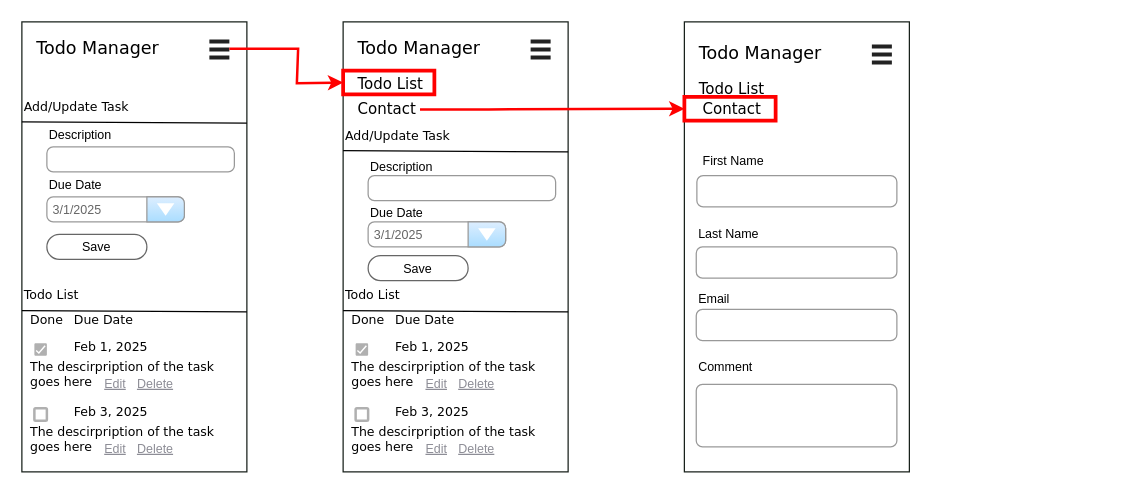
Before: page "Mobile" (3 of 3) of design-documents/Wireframes.drawio in Silverbelly/SE-Bootcamp-Project3, a draw.io diagram. Source tidied: cells renumbered, new cells numbered last; positions are measured from the earlier drawing's top-left corner, leaving out a move shared by most shapes. Both pictures are drawn from the tidied source at 125%, with x=0, y=0 at pixel (21, 21).
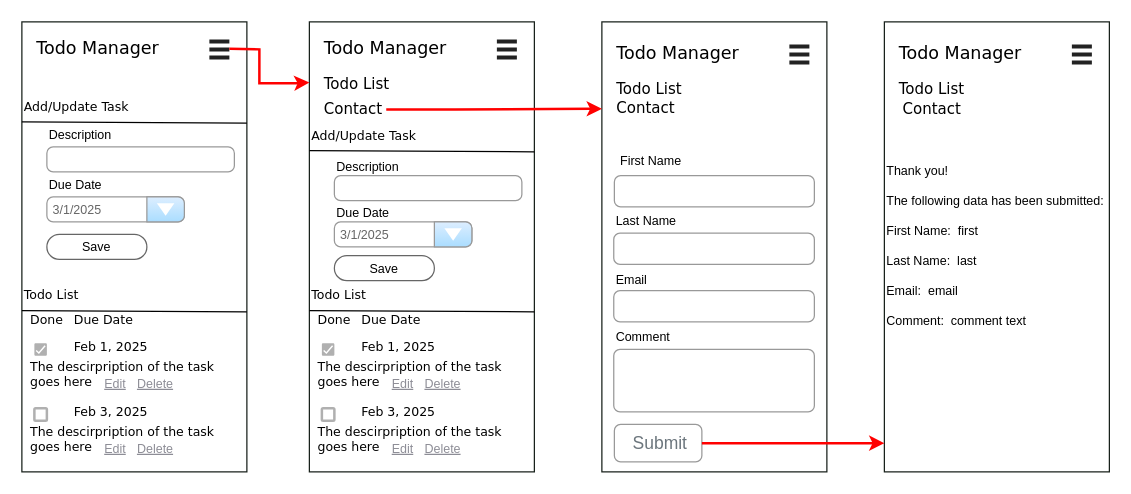
After the change.

What changed in the source:
```diff
@@
     <mxCell id="2" style="verticalLabelPosition=bottom;verticalAlign=top;html=1;shadow=0;dashed=0;strokeWidth=1;shape=mxgraph.ios.iBgFlat;strokeColor=#18211b;" parent="1" vertex="1">
-      <mxGeometry x="530" width="180" height="360" as="geometry" />
+      <mxGeometry x="464" width="180" height="360" as="geometry" />
     </mxCell>
     <mxCell id="3" value="Todo List" style="text;html=1;align=left;verticalAlign=top;spacingTop=-4;fontSize=12;fontFamily=Verdana;" parent="1" vertex="1">
-      <mxGeometry x="540" y="44" width="60" height="20" as="geometry" />
+      <mxGeometry x="474" y="44" width="60" height="20" as="geometry" />
     </mxCell>
     <mxCell id="4" style="verticalLabelPosition=bottom;verticalAlign=top;html=1;shadow=0;dashed=0;strokeWidth=1;shape=mxgraph.ios.iBgFlat;strokeColor=#18211b;" parent="1" vertex="1">
-      <mxGeometry x="257" width="180" height="360" as="geometry" />
+      <mxGeometry x="230" width="180" height="360" as="geometry" />
     </mxCell>
@@
-    <mxCell id="29" style="rounded=0;whiteSpace=wrap;html=1;strokeColor=light-dark(#ff0000, #ededed);fillColor=none;strokeWidth=3;" parent="1" vertex="1">
-      <mxGeometry x="257" y="39" width="73" height="19" as="geometry" />
-    </mxCell>
     <mxCell id="30" value="Todo List" style="text;html=1;align=left;verticalAlign=top;spacingTop=-4;fontSize=12;fontFamily=Verdana;" parent="1" vertex="1">
-      <mxGeometry x="267" y="40" width="60" height="20" as="geometry" />
+      <mxGeometry x="240" y="40" width="60" height="20" as="geometry" />
     </mxCell>
-    <mxCell id="31" style="endArrow=classic;html=1;rounded=0;strokeColor=#ff0000;strokeWidth=2;exitX=1;exitY=0.5;exitDx=0;exitDy=0;entryX=0;entryY=0.5;entryDx=0;entryDy=0;" parent="1" edge="1" target="29">
+    <mxCell id="31" style="endArrow=classic;html=1;rounded=0;strokeColor=#ff0000;strokeWidth=2;exitX=1;exitY=0.5;exitDx=0;exitDy=0;entryX=0;entryY=0.5;entryDx=0;entryDy=0;" parent="1" edge="1">
       <mxGeometry relative="1" as="geometry">
         <mxPoint x="166" y="21.5" as="sourcePoint" />
+        <mxPoint x="230" y="48.5" as="targetPoint" />
         <Array as="points">
-          <mxPoint x="221" y="21.5" />
+          <mxPoint x="190" y="22" />
+          <mxPoint x="190" y="49" />
           <mxPoint x="220" y="49" />
         </Array>
       </mxGeometry>
     </mxCell>
     <mxCell id="32" value="Todo Manager" style="text;html=1;align=left;verticalAlign=top;spacingTop=-4;fontSize=14;fontFamily=Verdana;" parent="1" vertex="1">
-      <mxGeometry x="267" y="10" width="110" height="20" as="geometry" />
+      <mxGeometry x="240" y="10" width="110" height="20" as="geometry" />
     </mxCell>
     <mxCell id="33" style="html=1;verticalLabelPosition=bottom;labelBackgroundColor=#ffffff;verticalAlign=top;shadow=0;dashed=0;strokeWidth=2;shape=mxgraph.ios7.misc.options;fillColor=#222222;sketch=0;" parent="1" vertex="1">
-      <mxGeometry x="407" y="14" width="16" height="16" as="geometry" />
+      <mxGeometry x="380" y="14" width="16" height="16" as="geometry" />
     </mxCell>
     <mxCell id="34" value="Add/Update Task" style="text;html=1;align=left;verticalAlign=top;spacingTop=-4;fontSize=10;fontFamily=Verdana;" parent="1" vertex="1">
-      <mxGeometry x="257" y="83" width="170" height="25" as="geometry" />
+      <mxGeometry x="230" y="83" width="170" height="25" as="geometry" />
     </mxCell>
     <mxCell id="35" style="html=1;shadow=0;dashed=0;shape=mxgraph.bootstrap.rrect;rSize=5;fillColor=none;strokeColor=#999999;align=left;spacing=15;fontSize=10;fontColor=#6C767D;" parent="1" vertex="1">
-      <mxGeometry x="277" y="123" width="150" height="20" as="geometry" />
+      <mxGeometry x="250" y="123" width="150" height="20" as="geometry" />
     </mxCell>
     <mxCell id="36" value="Save" style="strokeWidth=1;shadow=0;dashed=0;align=center;html=1;shape=mxgraph.mockup.buttons.button;strokeColor=#666666;mainText=;buttonStyle=round;fontSize=10;fontStyle=0;fillColor=none;whiteSpace=wrap;rounded=0;labelBackgroundColor=none;" parent="1" vertex="1">
-      <mxGeometry x="277" y="187" width="80" height="20" as="geometry" />
+      <mxGeometry x="250" y="187" width="80" height="20" as="geometry" />
     </mxCell>
     <mxCell id="37" value="3/1/2025" style="strokeWidth=1;shadow=0;dashed=0;align=center;html=1;shape=mxgraph.mockup.forms.comboBox;strokeColor=#999999;fillColor=#ddeeff;align=left;fillColor2=#aaddff;mainText=;fontColor=#666666;fontSize=10;spacingLeft=3;" parent="1" vertex="1">
-      <mxGeometry x="277" y="160" width="110" height="20" as="geometry" />
+      <mxGeometry x="250" y="160" width="110" height="20" as="geometry" />
     </mxCell>
     <mxCell id="38" style="endArrow=none;html=1;rounded=0;" parent="1" edge="1">
       <mxGeometry relative="1" as="geometry">
-        <mxPoint x="257" y="103" as="sourcePoint" />
-        <mxPoint x="437" y="104" as="targetPoint" />
+        <mxPoint x="230" y="103" as="sourcePoint" />
+        <mxPoint x="410" y="104" as="targetPoint" />
       </mxGeometry>
     </mxCell>
     <mxCell id="39" value="Todo List" style="text;html=1;align=left;verticalAlign=top;spacingTop=-4;fontSize=10;fontFamily=Verdana;" parent="1" vertex="1">
-      <mxGeometry x="257" y="210" width="170" height="20" as="geometry" />
+      <mxGeometry x="230" y="210" width="170" height="20" as="geometry" />
     </mxCell>
     <mxCell id="40" value="Done" style="text;html=1;align=left;verticalAlign=top;spacingTop=-4;fontSize=10;fontFamily=Verdana;" parent="1" vertex="1">
-      <mxGeometry x="262" y="230" width="50" height="30" as="geometry" />
+      <mxGeometry x="235" y="230" width="50" height="30" as="geometry" />
     </mxCell>
     <mxCell id="41" value="Due Date" style="text;html=1;align=left;verticalAlign=top;spacingTop=-4;fontSize=10;fontFamily=Verdana;" parent="1" vertex="1">
-      <mxGeometry x="297" y="230" width="170" height="30" as="geometry" />
+      <mxGeometry x="270" y="230" width="170" height="30" as="geometry" />
     </mxCell>
     <mxCell id="42" value="Feb 1, 2025" style="text;html=1;align=left;verticalAlign=middle;spacingTop=-4;fontSize=10;fontFamily=Verdana;" parent="1" vertex="1">
-      <mxGeometry x="297" y="248.5" width="110" height="27" as="geometry" />
+      <mxGeometry x="270" y="248.5" width="110" height="27" as="geometry" />
     </mxCell>
     <mxCell id="43" value="The descirpription of the task goes here" style="text;html=1;align=left;verticalAlign=middle;spacingTop=-4;fontSize=10;fontFamily=Verdana;text-decoration:line-through;whiteSpace=wrap;" parent="1" vertex="1">
-      <mxGeometry x="262" y="267" width="165" height="33" as="geometry" />
+      <mxGeometry x="235" y="267" width="165" height="33" as="geometry" />
     </mxCell>
     <mxCell id="44" style="dashed=0;labelPosition=right;align=left;shape=mxgraph.gmdl.checkbox;strokeColor=none;fillColor=#B0B0B0;strokeWidth=2;sketch=0;html=1;fontSize=10;" parent="1" vertex="1">
-      <mxGeometry x="267" y="257" width="10" height="10" as="geometry" />
+      <mxGeometry x="240" y="257" width="10" height="10" as="geometry" />
     </mxCell>
     <mxCell id="45" value="Delete" style="text;html=1;strokeColor=none;fillColor=none;whiteSpace=wrap;align=center;verticalAlign=middle;fontColor=light-dark(#8d8d96, #cfcfff);fontStyle=4;spacing=0;fontSize=10;" parent="1" vertex="1">
-      <mxGeometry x="331" y="278" width="66" height="22" as="geometry" />
+      <mxGeometry x="304" y="278" width="66" height="22" as="geometry" />
     </mxCell>
     <mxCell id="46" value="Edit" style="text;html=1;strokeColor=none;fillColor=none;whiteSpace=wrap;align=center;verticalAlign=middle;fontColor=light-dark(#8d8d96, #cfcfff);fontStyle=4;spacing=0;fontSize=10;" parent="1" vertex="1">
-      <mxGeometry x="302" y="278" width="60" height="22" as="geometry" />
+      <mxGeometry x="275" y="278" width="60" height="22" as="geometry" />
     </mxCell>
     <mxCell id="47" value="Feb 3, 2025" style="text;html=1;align=left;verticalAlign=middle;spacingTop=-4;fontSize=10;fontFamily=Verdana;" parent="1" vertex="1">
-      <mxGeometry x="297" y="300.5" width="110" height="27" as="geometry" />
+      <mxGeometry x="270" y="300.5" width="110" height="27" as="geometry" />
     </mxCell>
     <mxCell id="48" value="The descirpription of the task goes here" style="text;html=1;align=left;verticalAlign=middle;spacingTop=-4;fontSize=10;fontFamily=Verdana;text-decoration:line-through;whiteSpace=wrap;" parent="1" vertex="1">
-      <mxGeometry x="262" y="319" width="165" height="33" as="geometry" />
+      <mxGeometry x="235" y="319" width="165" height="33" as="geometry" />
     </mxCell>
     <mxCell id="49" value="Delete" style="text;html=1;strokeColor=none;fillColor=none;whiteSpace=wrap;align=center;verticalAlign=middle;fontColor=light-dark(#8d8d96, #cfcfff);fontStyle=4;spacing=0;fontSize=10;" parent="1" vertex="1">
-      <mxGeometry x="331" y="330" width="66" height="22" as="geometry" />
+      <mxGeometry x="304" y="330" width="66" height="22" as="geometry" />
     </mxCell>
     <mxCell id="50" value="Edit" style="text;html=1;strokeColor=none;fillColor=none;whiteSpace=wrap;align=center;verticalAlign=middle;fontColor=light-dark(#8d8d96, #cfcfff);fontStyle=4;spacing=0;fontSize=10;" parent="1" vertex="1">
-      <mxGeometry x="302" y="330" width="60" height="22" as="geometry" />
+      <mxGeometry x="275" y="330" width="60" height="22" as="geometry" />
     </mxCell>
     <mxCell id="51" style="dashed=0;labelPosition=right;align=left;shape=mxgraph.gmdl.checkbox;strokeColor=#B0B0B0;fillColor=none;strokeWidth=2;sketch=0;html=1;fontSize=10;spacing=2;" parent="1" vertex="1">
-      <mxGeometry x="267" y="309" width="10" height="10" as="geometry" />
+      <mxGeometry x="240" y="309" width="10" height="10" as="geometry" />
     </mxCell>
     <mxCell id="52" style="endArrow=none;html=1;rounded=0;" parent="1" edge="1">
       <mxGeometry relative="1" as="geometry">
-        <mxPoint x="257" y="231" as="sourcePoint" />
-        <mxPoint x="437" y="232" as="targetPoint" />
+        <mxPoint x="230" y="231" as="sourcePoint" />
+        <mxPoint x="410" y="232" as="targetPoint" />
       </mxGeometry>
     </mxCell>
     <mxCell id="53" value="Description" style="fillColor=none;strokeColor=none;align=left;fontSize=10;" parent="1" vertex="1">
-      <mxGeometry x="277" y="104" width="153" height="23" as="geometry" />
+      <mxGeometry x="250" y="104" width="153" height="23" as="geometry" />
     </mxCell>
     <mxCell id="54" value="Due Date" style="fillColor=none;strokeColor=none;align=left;fontSize=10;" parent="1" vertex="1">
-      <mxGeometry x="277" y="141" width="153" height="23" as="geometry" />
+      <mxGeometry x="250" y="141" width="153" height="23" as="geometry" />
     </mxCell>
     <mxCell id="55" value="Contact" style="text;html=1;align=left;verticalAlign=top;spacingTop=-4;fontSize=12;fontFamily=Verdana;" parent="1" vertex="1">
-      <mxGeometry x="267" y="60" width="60" height="20" as="geometry" />
+      <mxGeometry x="240" y="60" width="60" height="20" as="geometry" />
     </mxCell>
-    <mxCell id="56" style="rounded=0;whiteSpace=wrap;html=1;strokeColor=light-dark(#ff0000, #ededed);fillColor=none;strokeWidth=3;" parent="1" vertex="1">
-      <mxGeometry x="530" y="60" width="73" height="19" as="geometry" />
-    </mxCell>
     <mxCell id="57" value="Todo Manager" style="text;html=1;align=left;verticalAlign=top;spacingTop=-4;fontSize=14;fontFamily=Verdana;" parent="1" vertex="1">
-      <mxGeometry x="540" y="14" width="110" height="20" as="geometry" />
+      <mxGeometry x="474" y="14" width="110" height="20" as="geometry" />
     </mxCell>
     <mxCell id="58" style="html=1;verticalLabelPosition=bottom;labelBackgroundColor=#ffffff;verticalAlign=top;shadow=0;dashed=0;strokeWidth=2;shape=mxgraph.ios7.misc.options;fillColor=#222222;sketch=0;" parent="1" vertex="1">
-      <mxGeometry x="680" y="18" width="16" height="16" as="geometry" />
+      <mxGeometry x="614" y="18" width="16" height="16" as="geometry" />
     </mxCell>
     <mxCell id="59" value="Contact" style="text;html=1;align=left;verticalAlign=top;spacingTop=-4;fontSize=12;fontFamily=Verdana;" parent="1" vertex="1">
-      <mxGeometry x="543" y="60" width="60" height="20" as="geometry" />
+      <mxGeometry x="473.5" y="59" width="60" height="20" as="geometry" />
     </mxCell>
-    <mxCell id="60" style="endArrow=classic;html=1;rounded=0;strokeColor=#ff0000;strokeWidth=2;exitX=1;exitY=0.5;exitDx=0;exitDy=0;entryX=0;entryY=0.5;entryDx=0;entryDy=0;" parent="1" edge="1" target="56">
+    <mxCell id="60" style="endArrow=classic;html=1;rounded=0;strokeColor=#ff0000;strokeWidth=2;exitX=1;exitY=0.5;exitDx=0;exitDy=0;entryX=0;entryY=0.5;entryDx=0;entryDy=0;" parent="1" edge="1">
       <mxGeometry relative="1" as="geometry">
-        <mxPoint x="318.5" y="70" as="sourcePoint" />
+        <mxPoint x="291.5" y="70" as="sourcePoint" />
+        <mxPoint x="464" y="69.5" as="targetPoint" />
         <Array as="points">
-          <mxPoint x="373.5" y="70" />
+          <mxPoint x="346.5" y="70" />
         </Array>
       </mxGeometry>
     </mxCell>
     <mxCell id="61" value="First Name" style="fillColor=none;strokeColor=none;align=left;fontSize=10;" parent="1" vertex="1">
-      <mxGeometry x="543" y="102" width="72" height="18" as="geometry" />
+      <mxGeometry x="477" y="102" width="72" height="18" as="geometry" />
     </mxCell>
     <mxCell id="62" style="html=1;shadow=0;dashed=0;shape=mxgraph.bootstrap.rrect;rSize=5;fillColor=none;strokeColor=#999999;align=left;spacing=15;fontSize=10;fontColor=#6C767D;" parent="1" vertex="1">
-      <mxGeometry x="540" y="123" width="160" height="25" as="geometry" />
+      <mxGeometry x="474" y="123" width="160" height="25" as="geometry" />
     </mxCell>
     <mxCell id="63" value="Last Name" style="fillColor=none;strokeColor=none;align=left;fontSize=10;" parent="1" vertex="1">
-      <mxGeometry x="539.5" y="160" width="54" height="18" as="geometry" />
+      <mxGeometry x="473.5" y="150" width="54" height="18" as="geometry" />
     </mxCell>
     <mxCell id="64" style="html=1;shadow=0;dashed=0;shape=mxgraph.bootstrap.rrect;rSize=5;fillColor=none;strokeColor=#999999;align=left;spacing=15;fontSize=10;fontColor=#6C767D;" parent="1" vertex="1">
-      <mxGeometry x="539.5" y="180" width="160.5" height="25" as="geometry" />
+      <mxGeometry x="473.5" y="169" width="160.5" height="25" as="geometry" />
     </mxCell>
     <mxCell id="65" value="Email" style="fillColor=none;strokeColor=none;align=left;fontSize=10;" parent="1" vertex="1">
-      <mxGeometry x="539.5" y="212" width="44" height="18" as="geometry" />
+      <mxGeometry x="473.5" y="197" width="44" height="18" as="geometry" />
     </mxCell>
     <mxCell id="66" style="html=1;shadow=0;dashed=0;shape=mxgraph.bootstrap.rrect;rSize=5;fillColor=none;strokeColor=#999999;align=left;spacing=15;fontSize=10;fontColor=#6C767D;" parent="1" vertex="1">
-      <mxGeometry x="539.5" y="230" width="160.5" height="25" as="geometry" />
+      <mxGeometry x="473.5" y="215" width="160.5" height="25" as="geometry" />
     </mxCell>
     <mxCell id="67" value="Comment" style="fillColor=none;strokeColor=none;align=left;fontSize=10;" parent="1" vertex="1">
-      <mxGeometry x="539.5" y="267" width="74" height="18" as="geometry" />
+      <mxGeometry x="473.5" y="243" width="74" height="18" as="geometry" />
     </mxCell>
     <mxCell id="68" style="html=1;shadow=0;dashed=0;shape=mxgraph.bootstrap.rrect;rSize=5;fillColor=none;strokeColor=#999999;align=left;spacing=15;fontSize=10;fontColor=#6C767D;" parent="1" vertex="1">
-      <mxGeometry x="539.5" y="290" width="160.5" height="50" as="geometry" />
+      <mxGeometry x="473.5" y="262" width="160.5" height="50" as="geometry" />
     </mxCell>
+    <mxCell id="69" value="Submit" style="html=1;shadow=0;dashed=0;shape=mxgraph.bootstrap.rrect;rSize=5;fillColor=none;strokeColor=#999999;align=left;spacing=15;fontSize=14;fontColor=#6C767D;" parent="1" vertex="1">
+      <mxGeometry x="474" y="322" width="70" height="30" as="geometry" />
+    </mxCell>
+    <mxCell id="70" style="verticalLabelPosition=bottom;verticalAlign=top;html=1;shadow=0;dashed=0;strokeWidth=1;shape=mxgraph.ios.iBgFlat;strokeColor=#18211b;" parent="1" vertex="1">
+      <mxGeometry x="690" width="180" height="360" as="geometry" />
+    </mxCell>
+    <mxCell id="71" value="Todo List" style="text;html=1;align=left;verticalAlign=top;spacingTop=-4;fontSize=12;fontFamily=Verdana;" parent="1" vertex="1">
+      <mxGeometry x="700" y="44" width="60" height="20" as="geometry" />
+    </mxCell>
+    <mxCell id="72" value="Todo Manager" style="text;html=1;align=left;verticalAlign=top;spacingTop=-4;fontSize=14;fontFamily=Verdana;" parent="1" vertex="1">
+      <mxGeometry x="700" y="14" width="110" height="20" as="geometry" />
+    </mxCell>
+    <mxCell id="73" style="html=1;verticalLabelPosition=bottom;labelBackgroundColor=#ffffff;verticalAlign=top;shadow=0;dashed=0;strokeWidth=2;shape=mxgraph.ios7.misc.options;fillColor=#222222;sketch=0;" parent="1" vertex="1">
+      <mxGeometry x="840" y="18" width="16" height="16" as="geometry" />
+    </mxCell>
+    <mxCell id="74" value="Contact" style="text;html=1;align=left;verticalAlign=top;spacingTop=-4;fontSize=12;fontFamily=Verdana;" parent="1" vertex="1">
+      <mxGeometry x="703" y="60" width="60" height="20" as="geometry" />
+    </mxCell>
+    <mxCell id="75" style="endArrow=classic;html=1;rounded=0;strokeColor=#ff0000;strokeWidth=2;exitX=1;exitY=0.5;exitDx=0;exitDy=0;" parent="1" edge="1">
+      <mxGeometry relative="1" as="geometry">
+        <mxPoint x="544" y="337" as="sourcePoint" />
+        <mxPoint x="690" y="337" as="targetPoint" />
+        <Array as="points">
+          <mxPoint x="599" y="337" />
+        </Array>
+      </mxGeometry>
+    </mxCell>
+    <mxCell id="76" value="Thank you!&#10;&#10;The following data has been submitted:&#10;&#10;First Name:  first&#10;&#10;Last Name:  last&#10;&#10;Email:  email&#10;&#10;Comment:  comment text" style="fillColor=none;strokeColor=none;align=left;fontSize=10;" parent="1" vertex="1">
+      <mxGeometry x="690" y="104" width="180" height="150" as="geometry" />
+    </mxCell>
```
